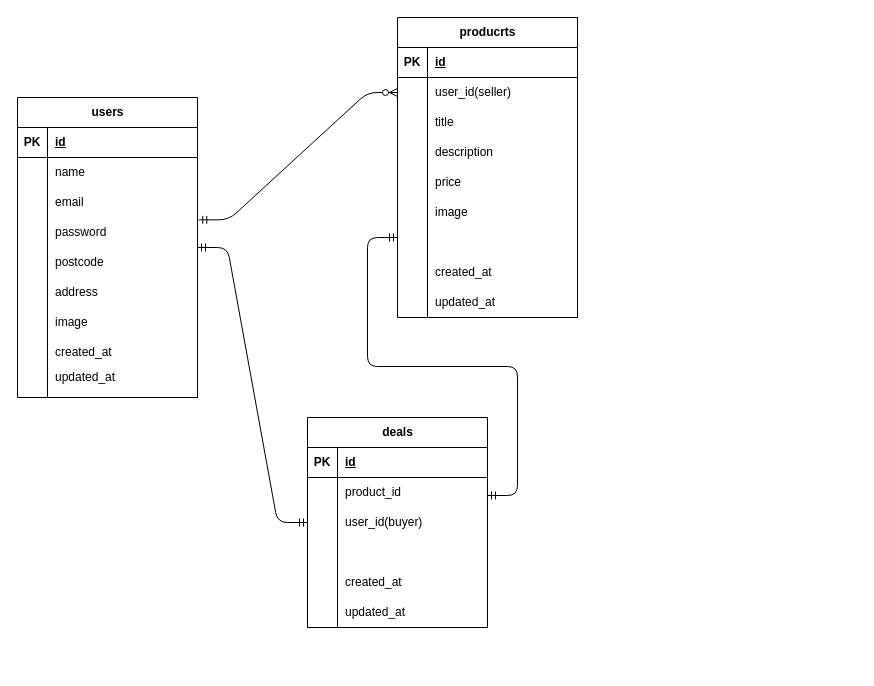
Earlier version of the draw.io diagram ER図.drawio (crosswoods4096-tech/take-freemarket). Source tidied: cells renumbered, new cells numbered last; positions are measured from the earlier drawing's top-left corner, leaving out a move shared by most shapes. Both pictures are drawn from the tidied source at 100%, with x=0, y=0 at pixel (17, 17).
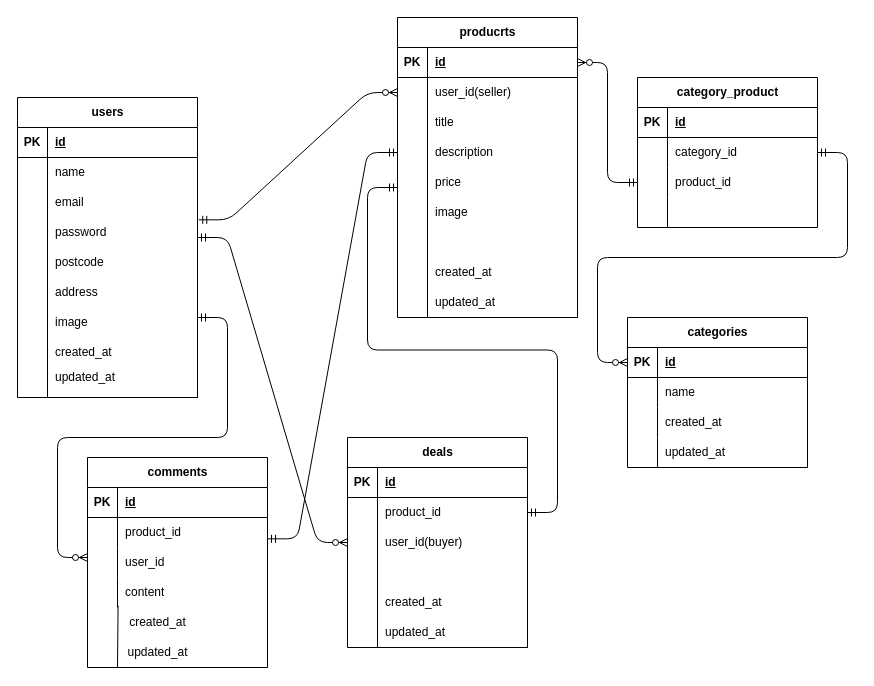
The same page after the edit.

Unchanged cells that the change refers to:
```xml
<mxCell id="11" style="shape=tableRow;horizontal=0;startSize=0;swimlaneHead=0;swimlaneBody=0;fillColor=none;points=[[0,0.5],[1,0.5]];portConstraint=eastwest;top=0;left=0;right=0;bottom=0;" parent="7" vertex="1">
  <mxGeometry y="60" width="180" height="30" as="geometry" />
</mxCell>
<mxCell id="14" style="shape=tableRow;horizontal=0;startSize=0;swimlaneHead=0;swimlaneBody=0;fillColor=none;points=[[0,0.5],[1,0.5]];portConstraint=eastwest;top=0;left=0;right=0;bottom=0;" parent="7" vertex="1">
  <mxGeometry y="90" width="180" height="30" as="geometry" />
</mxCell>
<mxCell id="49" style="shape=tableRow;horizontal=0;startSize=0;swimlaneHead=0;swimlaneBody=0;fillColor=none;points=[[0,0.5],[1,0.5]];portConstraint=eastwest;top=0;left=0;right=0;bottom=1;" parent="48" vertex="1">
  <mxGeometry y="30" width="180" height="30" as="geometry" />
</mxCell>
<mxCell id="58" style="shape=tableRow;horizontal=0;startSize=0;swimlaneHead=0;swimlaneBody=0;fillColor=none;points=[[0,0.5],[1,0.5]];portConstraint=eastwest;top=0;left=0;right=0;bottom=0;" parent="48" vertex="1">
  <mxGeometry y="120" width="180" height="30" as="geometry" />
</mxCell>
```

The edit, as a diff of the source:
```diff
@@
     <mxCell id="2" style="group;" parent="1" vertex="1">
-      <mxGeometry width="560" height="610" as="geometry" />
+      <mxGeometry width="560" height="650" as="geometry" />
     </mxCell>
@@
     <mxCell id="5" style="group;" parent="2" vertex="1">
-      <mxGeometry x="290" y="400" width="180" height="210" as="geometry" />
+      <mxGeometry x="330" y="420" width="180" height="210" as="geometry" />
     </mxCell>
@@
-    <mxCell id="62" style="edgeStyle=entityRelationEdgeStyle;fontSize=12;html=1;endArrow=ERmandOne;startArrow=ERmandOne;" parent="2" edge="1">
-      <mxGeometry relative="1" as="geometry">
-        <mxPoint x="470" y="478" as="sourcePoint" />
-        <mxPoint x="380" y="220" as="targetPoint" />
-        <Array as="points">
-          <mxPoint x="500" y="480" />
-        </Array>
-      </mxGeometry>
-    </mxCell>
-    <mxCell id="63" style="edgeStyle=entityRelationEdgeStyle;fontSize=12;html=1;endArrow=ERmandOne;startArrow=ERmandOne;entryX=0;entryY=0.5;entryDx=0;entryDy=0;" parent="2" edge="1" target="14">
-      <mxGeometry relative="1" as="geometry">
-        <mxPoint x="180" y="230" as="sourcePoint" />
-      </mxGeometry>
-    </mxCell>
+    <mxCell id="64" style="group;" parent="2" vertex="1">
+      <mxGeometry x="80" y="440" width="180" height="210" as="geometry" />
+    </mxCell>
+    <mxCell id="65" value="comments" style="shape=table;startSize=30;childLayout=tableLayout;rowLines=0;fontStyle=1;align=center;html=1;strokeColor=default;" parent="64" vertex="1">
+      <mxGeometry x="-10" width="180" height="210" as="geometry" />
+    </mxCell>
+    <mxCell id="66" style="shape=tableRow;horizontal=0;startSize=0;swimlaneHead=0;swimlaneBody=0;fillColor=none;top=0;left=0;right=0;bottom=1;" parent="65" vertex="1">
+      <mxGeometry y="30" width="180" height="30" as="geometry" />
+    </mxCell>
+    <mxCell id="67" value="PK" style="shape=partialRectangle;fillColor=none;top=0;left=0;bottom=0;right=0;fontStyle=1;overflow=hidden;whiteSpace=wrap;html=1;" parent="66" vertex="1">
+      <mxGeometry width="30" height="30" as="geometry" />
+    </mxCell>
+    <mxCell id="68" value="id" style="shape=partialRectangle;fillColor=none;top=0;left=0;bottom=0;right=0;align=left;spacingLeft=6;fontStyle=5;overflow=hidden;whiteSpace=wrap;html=1;" parent="66" vertex="1">
+      <mxGeometry x="30" width="150" height="30" as="geometry" />
+    </mxCell>
+    <mxCell id="69" style="shape=tableRow;horizontal=0;startSize=0;swimlaneHead=0;swimlaneBody=0;fillColor=none;points=[[0,0.5],[1,0.5]];portConstraint=eastwest;top=0;left=0;right=0;bottom=0;" parent="65" vertex="1">
+      <mxGeometry y="60" width="180" height="30" as="geometry" />
+    </mxCell>
+    <mxCell id="70" style="shape=partialRectangle;fillColor=none;top=0;left=0;bottom=0;right=0;overflow=hidden;whiteSpace=wrap;html=1;" parent="69" vertex="1">
+      <mxGeometry width="30" height="30" as="geometry" />
+    </mxCell>
+    <mxCell id="71" value="product_id" style="shape=partialRectangle;fillColor=none;top=0;left=0;bottom=0;right=0;align=left;spacingLeft=6;overflow=hidden;whiteSpace=wrap;html=1;" parent="69" vertex="1">
+      <mxGeometry x="30" width="150" height="30" as="geometry" />
+    </mxCell>
+    <mxCell id="72" style="shape=tableRow;horizontal=0;startSize=0;swimlaneHead=0;swimlaneBody=0;fillColor=none;top=0;left=0;right=0;bottom=0;" parent="65" vertex="1">
+      <mxGeometry y="90" width="180" height="30" as="geometry" />
+    </mxCell>
+    <mxCell id="73" style="shape=partialRectangle;fillColor=none;top=0;left=0;bottom=0;right=0;overflow=hidden;whiteSpace=wrap;html=1;" parent="72" vertex="1">
+      <mxGeometry width="30" height="30" as="geometry" />
+    </mxCell>
+    <mxCell id="74" value="user_id" style="shape=partialRectangle;fillColor=none;top=0;left=0;bottom=0;right=0;align=left;spacingLeft=6;overflow=hidden;whiteSpace=wrap;html=1;" parent="72" vertex="1">
+      <mxGeometry x="30" width="150" height="30" as="geometry" />
+    </mxCell>
+    <mxCell id="75" style="shape=tableRow;horizontal=0;startSize=0;swimlaneHead=0;swimlaneBody=0;fillColor=none;points=[[0,0.5],[1,0.5]];portConstraint=eastwest;top=0;left=0;right=0;bottom=0;" parent="65" vertex="1">
+      <mxGeometry y="120" width="180" height="30" as="geometry" />
+    </mxCell>
+    <mxCell id="76" style="shape=partialRectangle;fillColor=none;top=0;left=0;bottom=0;right=0;overflow=hidden;whiteSpace=wrap;html=1;" parent="75" vertex="1">
+      <mxGeometry width="30" height="30" as="geometry" />
+    </mxCell>
+    <mxCell id="77" value="content" style="shape=partialRectangle;fillColor=none;top=0;left=0;bottom=0;right=0;align=left;spacingLeft=6;overflow=hidden;whiteSpace=wrap;html=1;" parent="75" vertex="1">
+      <mxGeometry x="30" width="150" height="30" as="geometry" />
+    </mxCell>
+    <mxCell id="78" value="created_at" style="text;html=1;align=center;verticalAlign=middle;strokeColor=none;fillColor=none;" parent="64" vertex="1">
+      <mxGeometry x="20" y="150" width="80" height="30" as="geometry" />
+    </mxCell>
+    <mxCell id="79" value="updated_at" style="text;html=1;align=center;verticalAlign=middle;strokeColor=none;fillColor=none;" parent="64" vertex="1">
+      <mxGeometry x="20" y="180" width="80" height="30" as="geometry" />
+    </mxCell>
+    <mxCell id="80" style="endArrow=none;html=1;rounded=0;exitX=0.17;exitY=0.944;exitDx=0;exitDy=0;exitPerimeter=0;" parent="64" edge="1" source="75">
+      <mxGeometry relative="1" as="geometry">
+        <mxPoint x="20" y="210" as="targetPoint" />
+      </mxGeometry>
+    </mxCell>
+    <mxCell id="81" style="edgeStyle=entityRelationEdgeStyle;fontSize=12;html=1;endArrow=ERmandOne;startArrow=ERmandOne;entryX=0;entryY=0.5;entryDx=0;entryDy=0;exitX=1;exitY=0.711;exitDx=0;exitDy=0;exitPerimeter=0;" parent="2" edge="1" source="69" target="58">
+      <mxGeometry relative="1" as="geometry" />
+    </mxCell>
+    <mxCell id="82" value="category_product" style="shape=table;startSize=30;childLayout=tableLayout;rowLines=0;fontStyle=1;align=center;html=1;" parent="1" vertex="1">
+      <mxGeometry x="620" y="60" width="180" height="150" as="geometry" />
+    </mxCell>
+    <mxCell id="83" style="shape=tableRow;horizontal=0;startSize=0;swimlaneHead=0;swimlaneBody=0;fillColor=none;top=0;left=0;right=0;bottom=1;" parent="82" vertex="1">
+      <mxGeometry y="30" width="180" height="30" as="geometry" />
+    </mxCell>
+    <mxCell id="84" value="PK" style="shape=partialRectangle;fillColor=none;top=0;left=0;bottom=0;right=0;fontStyle=1;overflow=hidden;whiteSpace=wrap;html=1;" parent="83" vertex="1">
+      <mxGeometry width="30" height="30" as="geometry" />
+    </mxCell>
+    <mxCell id="85" value="id" style="shape=partialRectangle;fillColor=none;top=0;left=0;bottom=0;right=0;align=left;spacingLeft=6;fontStyle=5;overflow=hidden;whiteSpace=wrap;html=1;" parent="83" vertex="1">
+      <mxGeometry x="30" width="150" height="30" as="geometry" />
+    </mxCell>
+    <mxCell id="86" style="shape=tableRow;horizontal=0;startSize=0;swimlaneHead=0;swimlaneBody=0;fillColor=none;points=[[0,0.5],[1,0.5]];portConstraint=eastwest;top=0;left=0;right=0;bottom=0;" parent="82" vertex="1">
+      <mxGeometry y="60" width="180" height="30" as="geometry" />
+    </mxCell>
+    <mxCell id="87" style="shape=partialRectangle;fillColor=none;top=0;left=0;bottom=0;right=0;overflow=hidden;whiteSpace=wrap;html=1;" parent="86" vertex="1">
+      <mxGeometry width="30" height="30" as="geometry" />
+    </mxCell>
+    <mxCell id="88" value="category_id" style="shape=partialRectangle;fillColor=none;top=0;left=0;bottom=0;right=0;align=left;spacingLeft=6;overflow=hidden;whiteSpace=wrap;html=1;" parent="86" vertex="1">
+      <mxGeometry x="30" width="150" height="30" as="geometry" />
+    </mxCell>
+    <mxCell id="89" style="shape=tableRow;horizontal=0;startSize=0;swimlaneHead=0;swimlaneBody=0;fillColor=none;points=[[0,0.5],[1,0.5]];portConstraint=eastwest;top=0;left=0;right=0;bottom=0;" parent="82" vertex="1">
+      <mxGeometry y="90" width="180" height="30" as="geometry" />
+    </mxCell>
+    <mxCell id="90" style="shape=partialRectangle;fillColor=none;top=0;left=0;bottom=0;right=0;overflow=hidden;whiteSpace=wrap;html=1;" parent="89" vertex="1">
+      <mxGeometry width="30" height="30" as="geometry" />
+    </mxCell>
+    <mxCell id="91" value="product_id" style="shape=partialRectangle;fillColor=none;top=0;left=0;bottom=0;right=0;align=left;spacingLeft=6;overflow=hidden;whiteSpace=wrap;html=1;" parent="89" vertex="1">
+      <mxGeometry x="30" width="150" height="30" as="geometry" />
+    </mxCell>
+    <mxCell id="92" style="shape=tableRow;horizontal=0;startSize=0;swimlaneHead=0;swimlaneBody=0;fillColor=none;top=0;left=0;right=0;bottom=0;" parent="82" vertex="1">
+      <mxGeometry y="120" width="180" height="30" as="geometry" />
+    </mxCell>
+    <mxCell id="93" style="shape=partialRectangle;fillColor=none;top=0;left=0;bottom=0;right=0;overflow=hidden;whiteSpace=wrap;html=1;" parent="92" vertex="1">
+      <mxGeometry width="30" height="30" as="geometry" />
+    </mxCell>
+    <mxCell id="94" style="shape=partialRectangle;fillColor=none;top=0;left=0;bottom=0;right=0;align=left;spacingLeft=6;overflow=hidden;whiteSpace=wrap;html=1;" parent="92" vertex="1">
+      <mxGeometry x="30" width="150" height="30" as="geometry" />
+    </mxCell>
+    <mxCell id="95" style="edgeStyle=entityRelationEdgeStyle;fontSize=12;html=1;endArrow=ERzeroToMany;startArrow=ERmandOne;entryX=1;entryY=0.5;entryDx=0;entryDy=0;exitX=0;exitY=0.5;exitDx=0;exitDy=0;" parent="1" edge="1" source="89" target="49">
+      <mxGeometry relative="1" as="geometry" />
+    </mxCell>
+    <mxCell id="96" value="categories" style="shape=table;startSize=30;childLayout=tableLayout;rowLines=0;fontStyle=1;align=center;html=1;" parent="1" vertex="1">
+      <mxGeometry x="610" y="300" width="180" height="150" as="geometry" />
+    </mxCell>
+    <mxCell id="97" style="shape=tableRow;horizontal=0;startSize=0;swimlaneHead=0;swimlaneBody=0;fillColor=none;top=0;left=0;right=0;bottom=1;" parent="96" vertex="1">
+      <mxGeometry y="30" width="180" height="30" as="geometry" />
+    </mxCell>
+    <mxCell id="98" value="PK" style="shape=partialRectangle;fillColor=none;top=0;left=0;bottom=0;right=0;fontStyle=1;overflow=hidden;whiteSpace=wrap;html=1;" parent="97" vertex="1">
+      <mxGeometry width="30" height="30" as="geometry" />
+    </mxCell>
+    <mxCell id="99" value="id" style="shape=partialRectangle;fillColor=none;top=0;left=0;bottom=0;right=0;align=left;spacingLeft=6;fontStyle=5;overflow=hidden;whiteSpace=wrap;html=1;" parent="97" vertex="1">
+      <mxGeometry x="30" width="150" height="30" as="geometry" />
+    </mxCell>
+    <mxCell id="100" style="shape=tableRow;horizontal=0;startSize=0;swimlaneHead=0;swimlaneBody=0;fillColor=none;top=0;left=0;right=0;bottom=0;" parent="96" vertex="1">
+      <mxGeometry y="60" width="180" height="30" as="geometry" />
+    </mxCell>
+    <mxCell id="101" style="shape=partialRectangle;fillColor=none;top=0;left=0;bottom=0;right=0;overflow=hidden;whiteSpace=wrap;html=1;" parent="100" vertex="1">
+      <mxGeometry width="30" height="30" as="geometry" />
+    </mxCell>
+    <mxCell id="102" value="name" style="shape=partialRectangle;fillColor=none;top=0;left=0;bottom=0;right=0;align=left;spacingLeft=6;overflow=hidden;whiteSpace=wrap;html=1;" parent="100" vertex="1">
+      <mxGeometry x="30" width="150" height="30" as="geometry" />
+    </mxCell>
+    <mxCell id="103" style="shape=tableRow;horizontal=0;startSize=0;swimlaneHead=0;swimlaneBody=0;fillColor=none;top=0;left=0;right=0;bottom=0;" parent="96" vertex="1">
+      <mxGeometry y="90" width="180" height="30" as="geometry" />
+    </mxCell>
+    <mxCell id="104" style="shape=partialRectangle;fillColor=none;top=0;left=0;bottom=0;right=0;overflow=hidden;whiteSpace=wrap;html=1;" parent="103" vertex="1">
+      <mxGeometry width="30" height="30" as="geometry" />
+    </mxCell>
+    <mxCell id="105" value="created_at" style="shape=partialRectangle;fillColor=none;top=0;left=0;bottom=0;right=0;align=left;spacingLeft=6;overflow=hidden;whiteSpace=wrap;html=1;" parent="103" vertex="1">
+      <mxGeometry x="30" width="150" height="30" as="geometry" />
+    </mxCell>
+    <mxCell id="106" style="shape=tableRow;horizontal=0;startSize=0;swimlaneHead=0;swimlaneBody=0;fillColor=none;top=0;left=0;right=0;bottom=0;" parent="96" vertex="1">
+      <mxGeometry y="120" width="180" height="30" as="geometry" />
+    </mxCell>
+    <mxCell id="107" style="shape=partialRectangle;fillColor=none;top=0;left=0;bottom=0;right=0;overflow=hidden;whiteSpace=wrap;html=1;" parent="106" vertex="1">
+      <mxGeometry width="30" height="30" as="geometry" />
+    </mxCell>
+    <mxCell id="108" value="updated_at" style="shape=partialRectangle;fillColor=none;top=0;left=0;bottom=0;right=0;align=left;spacingLeft=6;overflow=hidden;whiteSpace=wrap;html=1;" parent="106" vertex="1">
+      <mxGeometry x="30" width="150" height="30" as="geometry" />
+    </mxCell>
+    <mxCell id="109" style="edgeStyle=entityRelationEdgeStyle;fontSize=12;html=1;endArrow=ERzeroToMany;startArrow=ERmandOne;exitX=1;exitY=0.5;exitDx=0;exitDy=0;" parent="1" edge="1" source="86">
+      <mxGeometry relative="1" as="geometry">
+        <mxPoint x="610" y="345" as="targetPoint" />
+        <Array as="points">
+          <mxPoint x="690" y="280" />
+          <mxPoint x="610" y="330" />
+          <mxPoint x="580" y="290" />
+          <mxPoint x="580" y="290" />
+          <mxPoint x="600" y="290" />
+        </Array>
+      </mxGeometry>
+    </mxCell>
+    <mxCell id="110" style="edgeStyle=entityRelationEdgeStyle;fontSize=12;html=1;endArrow=ERzeroToMany;startArrow=ERmandOne;" parent="1" edge="1" target="14">
+      <mxGeometry relative="1" as="geometry">
+        <mxPoint x="180" y="220" as="sourcePoint" />
+        <Array as="points">
+          <mxPoint x="320" y="370" />
+        </Array>
+      </mxGeometry>
+    </mxCell>
+    <mxCell id="111" style="edgeStyle=entityRelationEdgeStyle;fontSize=12;html=1;endArrow=ERzeroToMany;startArrow=ERmandOne;" parent="1" edge="1">
+      <mxGeometry relative="1" as="geometry">
+        <mxPoint x="180" y="300" as="sourcePoint" />
+        <mxPoint x="70" y="540" as="targetPoint" />
+      </mxGeometry>
+    </mxCell>
+    <mxCell id="112" style="edgeStyle=entityRelationEdgeStyle;fontSize=12;html=1;endArrow=ERmandOne;startArrow=ERmandOne;exitX=1;exitY=0.5;exitDx=0;exitDy=0;" parent="1" edge="1" source="11">
+      <mxGeometry relative="1" as="geometry">
+        <mxPoint x="380" y="170" as="targetPoint" />
+        <Array as="points">
+          <mxPoint x="440" y="300" />
+          <mxPoint x="390" y="300" />
+        </Array>
+      </mxGeometry>
+    </mxCell>
```
